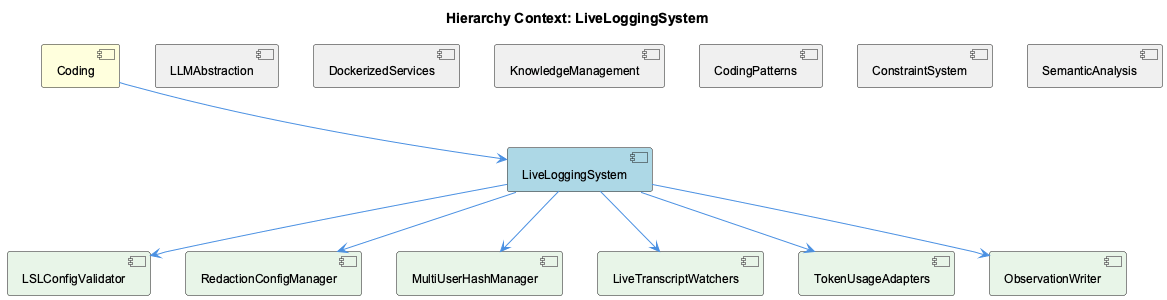
Above: knowledge-management/insights/images/live-logging-system-relationship.png in fwornle/coding (PlantUML), before the change.
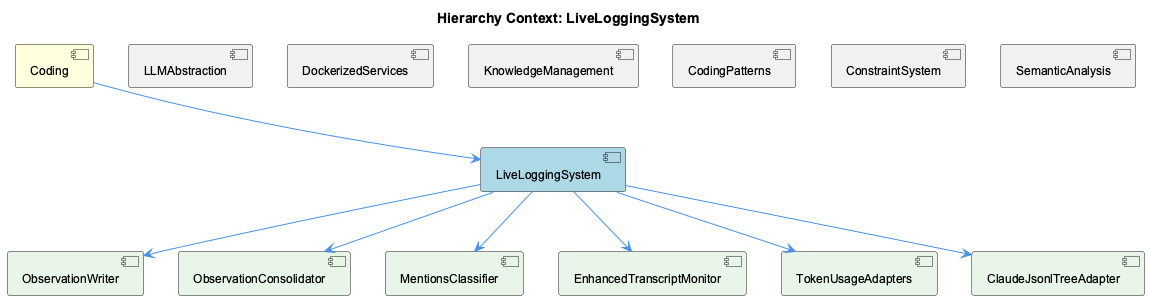
The same diagram one commit later.

The edit, as a diff of the source:
```diff
@@ -11,12 +11,12 @@
 [CodingPatterns] as coding_patterns #F0F0F0
 [ConstraintSystem] as constraint_system #F0F0F0
 [SemanticAnalysis] as semantic_analysis #F0F0F0
-[LSLConfigValidator] as lslconfig_validator #E8F5E8
-[RedactionConfigManager] as redaction_config_manager #E8F5E8
-[MultiUserHashManager] as multi_user_hash_manager #E8F5E8
-[LiveTranscriptWatchers] as live_transcript_watchers #E8F5E8
+[ObservationWriter] as observation_writer #E8F5E8
+[ObservationConsolidator] as observation_consolidator #E8F5E8
+[MentionsClassifier] as mentions_classifier #E8F5E8
+[EnhancedTranscriptMonitor] as enhanced_transcript_monitor #E8F5E8
 [TokenUsageAdapters] as token_usage_adapters #E8F5E8
-[ObservationWriter] as observation_writer #E8F5E8
+[ClaudeJsonlTreeAdapter] as claude_jsonl_tree_adapter #E8F5E8
 
 coding --> live_logging_system
 llmabstraction -[hidden]- live_logging_system
@@ -25,11 +25,11 @@
 coding_patterns -[hidden]- live_logging_system
 constraint_system -[hidden]- live_logging_system
 semantic_analysis -[hidden]- live_logging_system
-live_logging_system --> lslconfig_validator
-live_logging_system --> redaction_config_manager
-live_logging_system --> multi_user_hash_manager
-live_logging_system --> live_transcript_watchers
+live_logging_system --> observation_writer
+live_logging_system --> observation_consolidator
+live_logging_system --> mentions_classifier
+live_logging_system --> enhanced_transcript_monitor
 live_logging_system --> token_usage_adapters
-live_logging_system --> observation_writer
+live_logging_system --> claude_jsonl_tree_adapter
 
 @enduml
```
